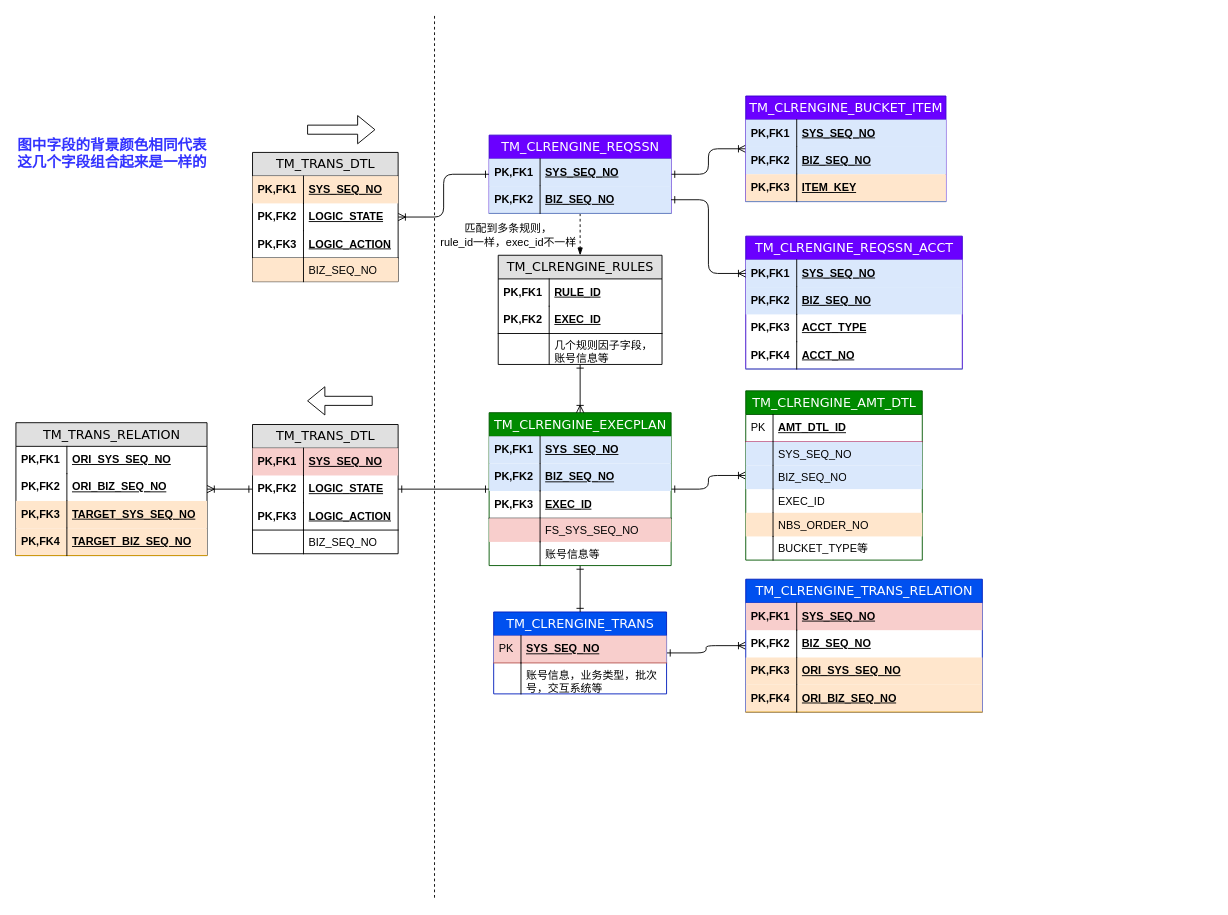
Before: 清算引擎数据结构图.drawio in staconfree/design, a draw.io diagram. Source tidied: cells renumbered, new cells numbered last; positions are measured from the earlier drawing's top-left corner, leaving out a move shared by most shapes. Both pictures are drawn from the tidied source at 91%, with x=0, y=0 at pixel (15, 15).
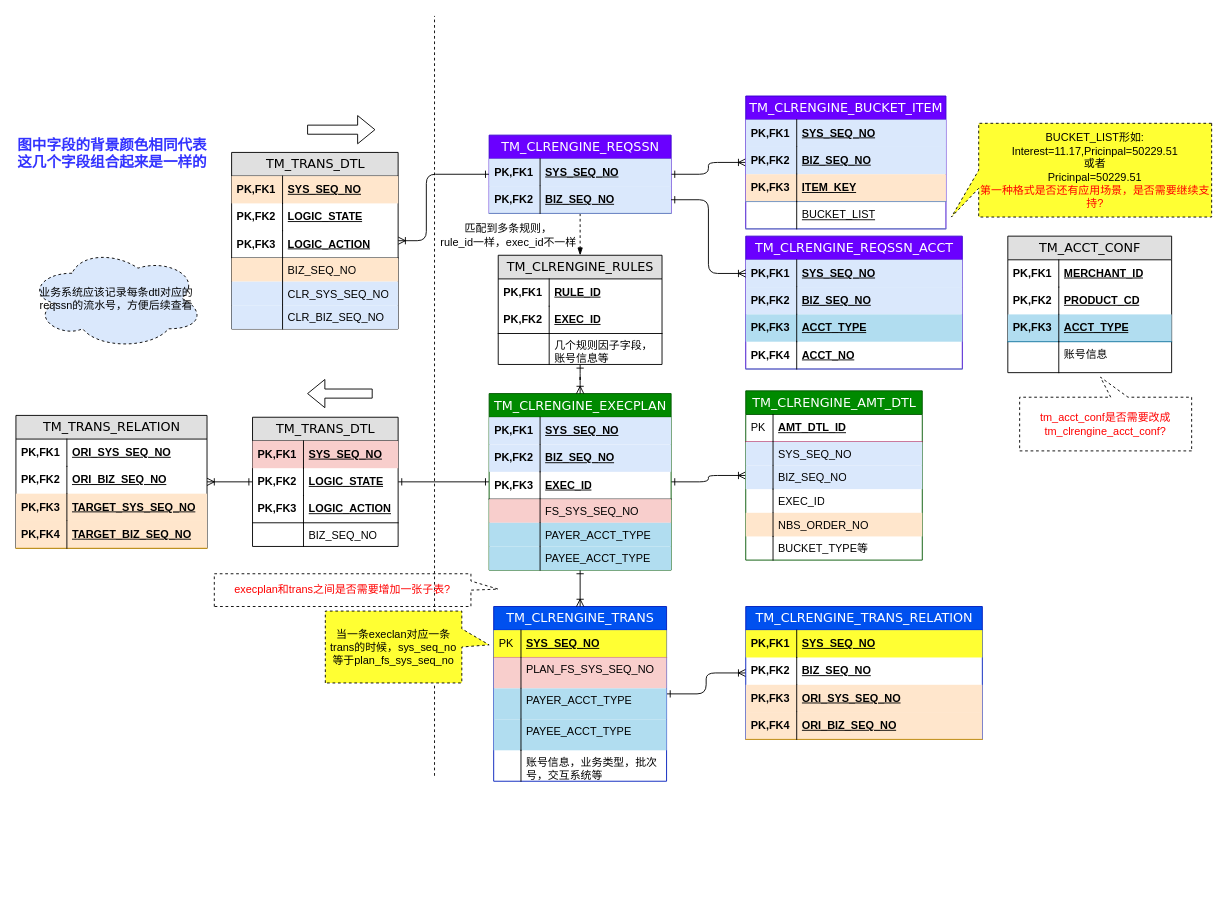
The same page after the edit.

Commit message (it also covers changes not shown here):
更新清算引擎数据结构图.drawio

Unchanged cells that the change refers to:
```xml
<mxCell id="21" value="TM_CLRENGINE_REQSSN" style="swimlane;html=1;fontStyle=0;horizontal=1;startSize=26;fillColor=#6a00ff;swimlaneFillColor=#ffffff;align=center;rounded=0;shadow=0;comic=0;labelBackgroundColor=none;strokeColor=#3700CC;strokeWidth=1;fontFamily=Verdana;fontSize=14;fontColor=#ffffff;" parent="1" vertex="1">
  <mxGeometry x="520" y="131" width="200" height="86" as="geometry" />
</mxCell>
<mxCell id="100" value="&lt;div&gt;TM_CLRENGINE_REQSSN_ACCT&lt;/div&gt;" style="swimlane;html=1;fontStyle=0;horizontal=1;startSize=26;fillColor=#6a00ff;swimlaneFillColor=#ffffff;align=center;rounded=0;shadow=0;comic=0;labelBackgroundColor=none;strokeColor=#3700CC;strokeWidth=1;fontFamily=Verdana;fontSize=14;fontColor=#ffffff;" parent="1" vertex="1">
  <mxGeometry x="802" y="242" width="238" height="146" as="geometry" />
</mxCell>
```

Change to the diagram source:
```diff
@@
-<mxGraphModel background="#ffffff">
+<mxGraphModel>
@@
     <mxCell id="3" value="TM_CLRENGINE_TRANS" style="swimlane;html=1;fontStyle=0;horizontal=1;startSize=26;fillColor=#0050ef;swimlaneFillColor=#ffffff;align=center;rounded=0;shadow=0;comic=0;labelBackgroundColor=none;strokeColor=#001DBC;strokeWidth=1;fontFamily=Verdana;fontSize=14;swimlaneLine=1;fontColor=#ffffff;" parent="1" vertex="1">
-      <mxGeometry x="525" y="655" width="190" height="90" as="geometry" />
+      <mxGeometry x="525" y="649" width="190" height="192" as="geometry" />
     </mxCell>
-    <mxCell id="4" value="SYS_SEQ_NO" style="shape=partialRectangle;top=0;left=0;right=0;bottom=1;html=1;align=left;verticalAlign=middle;fillColor=#f8cecc;spacingLeft=34;spacingRight=4;whiteSpace=wrap;overflow=hidden;fontStyle=5;strokeColor=#b85450;" parent="3" vertex="1">
+    <mxCell id="4" value="SYS_SEQ_NO" style="shape=partialRectangle;top=0;left=0;right=0;bottom=1;html=1;align=left;verticalAlign=middle;fillColor=#FFFF33;spacingLeft=34;spacingRight=4;whiteSpace=wrap;overflow=hidden;fontStyle=5;strokeColor=#b85450;" parent="3" vertex="1">
       <mxGeometry y="26" width="190" height="30" as="geometry" />
     </mxCell>
@@
-    <mxCell id="6" value="账号信息，业务类型，批次号，交互系统等" style="shape=partialRectangle;top=0;left=0;right=0;bottom=0;html=1;align=left;verticalAlign=top;fillColor=none;spacingLeft=34;spacingRight=4;whiteSpace=wrap;overflow=hidden;" parent="3" vertex="1">
+    <mxCell id="6" value="PLAN_FS_SYS_SEQ_NO" style="shape=partialRectangle;top=0;left=0;right=0;bottom=0;html=1;align=left;verticalAlign=top;fillColor=#F8CECC;spacingLeft=34;spacingRight=4;whiteSpace=wrap;overflow=hidden;" parent="3" vertex="1">
       <mxGeometry y="56" width="190" height="34" as="geometry" />
     </mxCell>
@@
+    <mxCell id="110" value="PAYER_ACCT_TYPE" style="shape=partialRectangle;top=0;left=0;right=0;bottom=0;html=1;align=left;verticalAlign=top;fillColor=#b1ddf0;spacingLeft=34;spacingRight=4;whiteSpace=wrap;overflow=hidden;strokeColor=#10739e;" parent="3" vertex="1">
+      <mxGeometry y="90" width="190" height="34" as="geometry" />
+    </mxCell>
+    <mxCell id="111" style="shape=partialRectangle;top=0;left=0;bottom=0;html=1;fillColor=none;align=left;verticalAlign=top;spacingLeft=4;spacingRight=4;whiteSpace=wrap;overflow=hidden;" parent="110" vertex="1">
+      <mxGeometry width="30" height="34" as="geometry" />
+    </mxCell>
+    <mxCell id="112" value="PAYEE_ACCT_TYPE" style="shape=partialRectangle;top=0;left=0;right=0;bottom=0;html=1;align=left;verticalAlign=top;fillColor=#b1ddf0;spacingLeft=34;spacingRight=4;whiteSpace=wrap;overflow=hidden;strokeColor=#10739e;" parent="3" vertex="1">
+      <mxGeometry y="124" width="190" height="34" as="geometry" />
+    </mxCell>
+    <mxCell id="113" style="shape=partialRectangle;top=0;left=0;bottom=0;html=1;fillColor=none;align=left;verticalAlign=top;spacingLeft=4;spacingRight=4;whiteSpace=wrap;overflow=hidden;" parent="112" vertex="1">
+      <mxGeometry width="30" height="34" as="geometry" />
+    </mxCell>
+    <mxCell id="114" value="账号信息，业务类型，批次号，交互系统等" style="shape=partialRectangle;top=0;left=0;right=0;bottom=0;html=1;align=left;verticalAlign=top;fillColor=none;spacingLeft=34;spacingRight=4;whiteSpace=wrap;overflow=hidden;" parent="3" vertex="1">
+      <mxGeometry y="158" width="190" height="34" as="geometry" />
+    </mxCell>
+    <mxCell id="115" style="shape=partialRectangle;top=0;left=0;bottom=0;html=1;fillColor=none;align=left;verticalAlign=top;spacingLeft=4;spacingRight=4;whiteSpace=wrap;overflow=hidden;" parent="114" vertex="1">
+      <mxGeometry width="30" height="34" as="geometry" />
+    </mxCell>
     <mxCell id="8" style="edgeStyle=orthogonalEdgeStyle;rounded=1;jettySize=auto;html=1;startArrow=ERoneToMany;startFill=0;endArrow=ERone;endFill=0;" parent="1" edge="1" source="9" target="21">
-      <mxGeometry relative="1" as="geometry" />
+      <mxGeometry relative="1" as="geometry">
+        <Array as="points">
+          <mxPoint x="451" y="247" />
+          <mxPoint x="451" y="174" />
+        </Array>
+      </mxGeometry>
     </mxCell>
     <mxCell id="9" value="TM_TRANS_DTL" style="swimlane;html=1;fontStyle=0;horizontal=1;startSize=26;fillColor=#e0e0e0;swimlaneFillColor=#ffffff;align=center;rounded=0;shadow=0;comic=0;labelBackgroundColor=none;strokeColor=#000000;strokeWidth=1;fontFamily=Verdana;fontSize=14;fontColor=#000000;" parent="1" vertex="1">
-      <mxGeometry x="260" y="150" width="160" height="142" as="geometry" />
+      <mxGeometry x="237" y="150" width="183" height="194" as="geometry" />
     </mxCell>
     <mxCell id="10" value="SYS_SEQ_NO" style="shape=partialRectangle;top=0;left=0;right=0;bottom=0;html=1;align=left;verticalAlign=middle;fillColor=#ffe6cc;spacingLeft=60;spacingRight=4;whiteSpace=wrap;overflow=hidden;fontStyle=5;strokeColor=#d79b00;" parent="9" vertex="1">
-      <mxGeometry y="26" width="160" height="30" as="geometry" />
+      <mxGeometry y="26" width="183" height="30" as="geometry" />
     </mxCell>
@@
     <mxCell id="12" value="LOGIC_STATE" style="shape=partialRectangle;top=0;left=0;right=0;bottom=0;html=1;align=left;verticalAlign=middle;fillColor=none;spacingLeft=60;spacingRight=4;whiteSpace=wrap;overflow=hidden;fontStyle=5;" parent="9" vertex="1">
-      <mxGeometry y="56" width="160" height="30" as="geometry" />
+      <mxGeometry y="56" width="183" height="30" as="geometry" />
     </mxCell>
@@
     <mxCell id="14" value="LOGIC_ACTION" style="shape=partialRectangle;top=0;left=0;right=0;bottom=1;html=1;align=left;verticalAlign=middle;fillColor=none;spacingLeft=60;spacingRight=4;whiteSpace=wrap;overflow=hidden;fontStyle=5;" parent="9" vertex="1">
-      <mxGeometry y="86" width="160" height="30" as="geometry" />
+      <mxGeometry y="86" width="183" height="30" as="geometry" />
     </mxCell>
@@
     <mxCell id="16" value="BIZ_SEQ_NO" style="shape=partialRectangle;top=0;left=0;right=0;bottom=0;html=1;align=left;verticalAlign=top;fillColor=#ffe6cc;spacingLeft=60;spacingRight=4;whiteSpace=wrap;overflow=hidden;strokeColor=#d79b00;" parent="9" vertex="1">
-      <mxGeometry y="116" width="160" height="26" as="geometry" />
+      <mxGeometry y="116" width="183" height="26" as="geometry" />
     </mxCell>
@@
+    <mxCell id="116" value="CLR_SYS_SEQ_NO" style="shape=partialRectangle;top=0;left=0;right=0;bottom=0;html=1;align=left;verticalAlign=top;fillColor=#DAE8FC;spacingLeft=60;spacingRight=4;whiteSpace=wrap;overflow=hidden;strokeColor=#d79b00;" parent="9" vertex="1">
+      <mxGeometry y="142" width="183" height="26" as="geometry" />
+    </mxCell>
+    <mxCell id="117" style="shape=partialRectangle;top=0;left=0;bottom=0;html=1;fillColor=none;align=left;verticalAlign=top;spacingLeft=4;spacingRight=4;whiteSpace=wrap;overflow=hidden;" parent="116" vertex="1">
+      <mxGeometry width="56" height="26" as="geometry" />
+    </mxCell>
+    <mxCell id="118" value="CLR_BIZ_SEQ_NO" style="shape=partialRectangle;top=0;left=0;right=0;bottom=0;html=1;align=left;verticalAlign=top;fillColor=#DAE8FC;spacingLeft=60;spacingRight=4;whiteSpace=wrap;overflow=hidden;strokeColor=#d79b00;" parent="9" vertex="1">
+      <mxGeometry y="168" width="183" height="26" as="geometry" />
+    </mxCell>
+    <mxCell id="119" style="shape=partialRectangle;top=0;left=0;bottom=0;html=1;fillColor=none;align=left;verticalAlign=top;spacingLeft=4;spacingRight=4;whiteSpace=wrap;overflow=hidden;" parent="118" vertex="1">
+      <mxGeometry width="56" height="26" as="geometry" />
+    </mxCell>
@@
-    <mxCell id="28" style="edgeStyle=orthogonalEdgeStyle;rounded=1;jettySize=auto;html=1;startArrow=ERone;startFill=0;endArrow=ERone;endFill=0;strokeColor=#000000;fontSize=16;fontColor=#FF3333;" parent="1" edge="1" source="29" target="3">
+    <mxCell id="28" style="edgeStyle=orthogonalEdgeStyle;rounded=1;jettySize=auto;html=1;startArrow=ERone;startFill=0;endArrow=ERoneToMany;endFill=0;strokeColor=#000000;fontSize=16;fontColor=#FF3333;" parent="1" edge="1" source="29" target="3">
       <mxGeometry relative="1" as="geometry" />
     </mxCell>
     <mxCell id="29" value="TM_CLRENGINE_EXECPLAN" style="swimlane;html=1;fontStyle=0;horizontal=1;startSize=26;fillColor=#008a00;swimlaneFillColor=#ffffff;align=center;rounded=0;shadow=0;comic=0;labelBackgroundColor=none;strokeColor=#005700;strokeWidth=1;fontFamily=Verdana;fontSize=14;fontColor=#ffffff;" parent="1" vertex="1">
-      <mxGeometry x="520" y="436" width="200" height="168" as="geometry" />
+      <mxGeometry x="520" y="415" width="200" height="194" as="geometry" />
     </mxCell>
@@
-    <mxCell id="38" value="账号信息等" style="shape=partialRectangle;top=0;left=0;right=0;bottom=0;html=1;align=left;verticalAlign=top;fillColor=none;spacingLeft=60;spacingRight=4;whiteSpace=wrap;overflow=hidden;" parent="29" vertex="1">
+    <mxCell id="38" value="PAYER_ACCT_TYPE" style="shape=partialRectangle;top=0;left=0;right=0;bottom=0;html=1;align=left;verticalAlign=top;fillColor=#b1ddf0;spacingLeft=60;spacingRight=4;whiteSpace=wrap;overflow=hidden;strokeColor=#10739e;" parent="29" vertex="1">
       <mxGeometry y="142" width="200" height="26" as="geometry" />
     </mxCell>
@@
+    <mxCell id="120" value="PAYEE_ACCT_TYPE" style="shape=partialRectangle;top=0;left=0;right=0;bottom=0;html=1;align=left;verticalAlign=top;fillColor=#b1ddf0;spacingLeft=60;spacingRight=4;whiteSpace=wrap;overflow=hidden;strokeColor=#10739e;" parent="29" vertex="1">
+      <mxGeometry y="168" width="200" height="26" as="geometry" />
+    </mxCell>
+    <mxCell id="121" style="shape=partialRectangle;top=0;left=0;bottom=0;html=1;fillColor=none;align=left;verticalAlign=top;spacingLeft=4;spacingRight=4;whiteSpace=wrap;overflow=hidden;" parent="120" vertex="1">
+      <mxGeometry width="56" height="26" as="geometry" />
+    </mxCell>
     <mxCell id="40" value="TM_CLRENGINE_BUCKET_ITEM" style="swimlane;html=1;fontStyle=0;horizontal=1;startSize=26;fillColor=#6a00ff;swimlaneFillColor=#ffffff;align=center;rounded=0;shadow=0;comic=0;labelBackgroundColor=none;strokeColor=#3700CC;strokeWidth=1;fontFamily=Verdana;fontSize=14;fontColor=#ffffff;" parent="1" vertex="1">
-      <mxGeometry x="802" y="88" width="220" height="116" as="geometry" />
+      <mxGeometry x="802" y="88" width="220" height="146" as="geometry" />
     </mxCell>
@@
+    <mxCell id="122" value="BUCKET_LIST" style="shape=partialRectangle;top=0;left=0;right=0;bottom=1;html=1;align=left;verticalAlign=middle;fillColor=none;spacingLeft=60;spacingRight=4;whiteSpace=wrap;overflow=hidden;fontStyle=4;strokeColor=#6c8ebf;" parent="40" vertex="1">
+      <mxGeometry y="116" width="220" height="30" as="geometry" />
+    </mxCell>
+    <mxCell id="123" style="shape=partialRectangle;fontStyle=1;top=0;left=0;bottom=0;html=1;fillColor=none;align=left;verticalAlign=middle;spacingLeft=4;spacingRight=4;whiteSpace=wrap;overflow=hidden;" parent="122" vertex="1">
+      <mxGeometry width="56" height="30" as="geometry" />
+    </mxCell>
@@
     <mxCell id="48" value="TM_TRANS_DTL" style="swimlane;html=1;fontStyle=0;horizontal=1;startSize=26;fillColor=#e0e0e0;swimlaneFillColor=#ffffff;align=center;rounded=0;shadow=0;comic=0;labelBackgroundColor=none;strokeColor=#000000;strokeWidth=1;fontFamily=Verdana;fontSize=14;fontColor=#000000;" parent="1" vertex="1">
-      <mxGeometry x="260" y="449" width="160" height="142" as="geometry" />
+      <mxGeometry x="260" y="441" width="160" height="142" as="geometry" />
     </mxCell>
@@
     <mxCell id="57" style="endArrow=none;dashed=1;html=1;" parent="1" edge="1">
       <mxGeometry relative="1" as="geometry">
-        <mxPoint x="460" y="969" as="sourcePoint" />
+        <mxPoint x="460" y="835" as="sourcePoint" />
         <mxPoint x="460" as="targetPoint" />
       </mxGeometry>
     </mxCell>
@@
     <mxCell id="67" style="shape=flexArrow;endArrow=classic;html=1;" parent="1" edge="1">
       <mxGeometry relative="1" as="geometry">
-        <mxPoint x="392" y="423" as="sourcePoint" />
-        <mxPoint x="320" y="423" as="targetPoint" />
+        <mxPoint x="392" y="415" as="sourcePoint" />
+        <mxPoint x="320" y="415" as="targetPoint" />
       </mxGeometry>
     </mxCell>
     <mxCell id="68" value="&lt;div&gt;TM_TRANS_RELATION&lt;/div&gt;" style="swimlane;html=1;fontStyle=0;horizontal=1;startSize=26;fillColor=#e0e0e0;swimlaneFillColor=#ffffff;align=center;rounded=0;shadow=0;comic=0;labelBackgroundColor=none;strokeColor=#000000;strokeWidth=1;fontFamily=Verdana;fontSize=14;fontColor=#000000;" parent="1" vertex="1">
-      <mxGeometry y="447" width="210" height="146" as="geometry" />
+      <mxGeometry y="439" width="210" height="146" as="geometry" />
     </mxCell>
@@
     <mxCell id="78" value="&lt;div&gt;TM_CLRENGINE_TRANS_RELATION&lt;/div&gt;" style="swimlane;html=1;fontStyle=0;horizontal=1;startSize=26;fillColor=#0050ef;swimlaneFillColor=#ffffff;align=center;rounded=0;shadow=0;comic=0;labelBackgroundColor=none;strokeColor=#001DBC;strokeWidth=1;fontFamily=Verdana;fontSize=14;fontColor=#ffffff;" parent="1" vertex="1">
-      <mxGeometry x="802" y="619" width="260" height="146" as="geometry" />
+      <mxGeometry x="802" y="649" width="260" height="146" as="geometry" />
     </mxCell>
-    <mxCell id="79" value="SYS_SEQ_NO" style="shape=partialRectangle;top=0;left=0;right=0;bottom=0;html=1;align=left;verticalAlign=middle;fillColor=#f8cecc;spacingLeft=60;spacingRight=4;whiteSpace=wrap;overflow=hidden;fontStyle=5;strokeColor=#b85450;" parent="78" vertex="1">
+    <mxCell id="79" value="SYS_SEQ_NO" style="shape=partialRectangle;top=0;left=0;right=0;bottom=0;html=1;align=left;verticalAlign=middle;fillColor=#FFFF33;spacingLeft=60;spacingRight=4;whiteSpace=wrap;overflow=hidden;fontStyle=5;strokeColor=#b85450;" parent="78" vertex="1">
       <mxGeometry y="26" width="260" height="30" as="geometry" />
     </mxCell>
@@
-    <mxCell id="105" value="ACCT_TYPE" style="shape=partialRectangle;top=0;left=0;right=0;bottom=0;html=1;align=left;verticalAlign=middle;fillColor=none;spacingLeft=60;spacingRight=4;whiteSpace=wrap;overflow=hidden;fontStyle=5;strokeColor=#6c8ebf;" parent="100" vertex="1">
+    <mxCell id="105" value="ACCT_TYPE" style="shape=partialRectangle;top=0;left=0;right=0;bottom=0;html=1;align=left;verticalAlign=middle;fillColor=#b1ddf0;spacingLeft=60;spacingRight=4;whiteSpace=wrap;overflow=hidden;fontStyle=5;strokeColor=#10739e;" parent="100" vertex="1">
       <mxGeometry y="86" width="238" height="30" as="geometry" />
     </mxCell>
@@
+    <mxCell id="124" value="当一条execlan对应一条trans的时候，sys_seq_no等于plan_fs_sys_seq_no" style="shape=callout;whiteSpace=wrap;html=1;perimeter=calloutPerimeter;fillColor=#FFFF33;fontColor=#000000;position2=0.53;direction=north;dashed=1;" parent="1" vertex="1">
+      <mxGeometry x="340" y="654" width="180" height="79" as="geometry" />
+    </mxCell>
+    <mxCell id="125" value="业务系统应该记录每条dtl对应的reqssn的流水号，方便后续查看" style="ellipse;shape=cloud;whiteSpace=wrap;html=1;dashed=1;fillColor=#DAE8FC;fontColor=#000000;" parent="1" vertex="1">
+      <mxGeometry x="13.5" y="255" width="193" height="111" as="geometry" />
+    </mxCell>
+    <mxCell id="126" value="TM_ACCT_CONF" style="swimlane;html=1;fontStyle=0;horizontal=1;startSize=26;fillColor=#e0e0e0;swimlaneFillColor=#ffffff;align=center;rounded=0;shadow=0;comic=0;labelBackgroundColor=none;strokeColor=#000000;strokeWidth=1;fontFamily=Verdana;fontSize=14;fontColor=#000000;" parent="1" vertex="1">
+      <mxGeometry x="1090" y="242" width="180" height="150" as="geometry" />
+    </mxCell>
+    <mxCell id="127" value="MERCHANT_ID" style="shape=partialRectangle;top=0;left=0;right=0;bottom=0;html=1;align=left;verticalAlign=middle;fillColor=none;spacingLeft=60;spacingRight=4;whiteSpace=wrap;overflow=hidden;fontStyle=5;" parent="126" vertex="1">
+      <mxGeometry y="26" width="180" height="30" as="geometry" />
+    </mxCell>
+    <mxCell id="128" value="PK,FK1" style="shape=partialRectangle;fontStyle=1;top=0;left=0;bottom=0;html=1;fillColor=none;align=left;verticalAlign=middle;spacingLeft=4;spacingRight=4;whiteSpace=wrap;overflow=hidden;" parent="127" vertex="1">
+      <mxGeometry width="56" height="30" as="geometry" />
+    </mxCell>
+    <mxCell id="129" value="PRODUCT_CD" style="shape=partialRectangle;top=0;left=0;right=0;bottom=0;html=1;align=left;verticalAlign=middle;fillColor=none;spacingLeft=60;spacingRight=4;whiteSpace=wrap;overflow=hidden;fontStyle=5;" parent="126" vertex="1">
+      <mxGeometry y="56" width="180" height="30" as="geometry" />
+    </mxCell>
+    <mxCell id="130" value="PK,FK2" style="shape=partialRectangle;fontStyle=1;top=0;left=0;bottom=0;html=1;fillColor=none;align=left;verticalAlign=middle;spacingLeft=4;spacingRight=4;whiteSpace=wrap;overflow=hidden;" parent="129" vertex="1">
+      <mxGeometry width="56" height="30" as="geometry" />
+    </mxCell>
+    <mxCell id="131" value="ACCT_TYPE" style="shape=partialRectangle;top=0;left=0;right=0;bottom=1;html=1;align=left;verticalAlign=middle;fillColor=#b1ddf0;spacingLeft=60;spacingRight=4;whiteSpace=wrap;overflow=hidden;fontStyle=5;strokeColor=#10739e;" parent="126" vertex="1">
+      <mxGeometry y="86" width="180" height="30" as="geometry" />
+    </mxCell>
+    <mxCell id="132" value="PK,FK3" style="shape=partialRectangle;fontStyle=1;top=0;left=0;bottom=0;html=1;fillColor=none;align=left;verticalAlign=middle;spacingLeft=4;spacingRight=4;whiteSpace=wrap;overflow=hidden;" parent="131" vertex="1">
+      <mxGeometry width="56" height="30" as="geometry" />
+    </mxCell>
+    <mxCell id="133" value="账号信息" style="shape=partialRectangle;top=0;left=0;right=0;bottom=0;html=1;align=left;verticalAlign=top;fillColor=none;spacingLeft=60;spacingRight=4;whiteSpace=wrap;overflow=hidden;" parent="126" vertex="1">
+      <mxGeometry y="116" width="180" height="34" as="geometry" />
+    </mxCell>
+    <mxCell id="134" style="shape=partialRectangle;top=0;left=0;bottom=0;html=1;fillColor=none;align=left;verticalAlign=top;spacingLeft=4;spacingRight=4;whiteSpace=wrap;overflow=hidden;" parent="133" vertex="1">
+      <mxGeometry width="56" height="34" as="geometry" />
+    </mxCell>
+    <mxCell id="135" value="BUCKET_LIST形如:&lt;br&gt;&lt;div&gt;Interest=11.17,Pricinpal=50229.51&lt;/div&gt;&lt;div&gt;或者&lt;br&gt;Pricinpal=50229.51&lt;br&gt;&lt;font color=&quot;#FF0000&quot;&gt;第一种格式是否还有应用场景，是否需要继续支持?&lt;/font&gt;&lt;br&gt;&lt;/div&gt;" style="shape=callout;whiteSpace=wrap;html=1;perimeter=calloutPerimeter;fillColor=#FFFF33;fontColor=#000000;position2=1;direction=south;dashed=1;" parent="1" vertex="1">
+      <mxGeometry x="1028" y="118" width="286" height="103" as="geometry" />
+    </mxCell>
+    <mxCell id="136" value="execplan和trans之间是否需要增加一张子表?" style="shape=callout;whiteSpace=wrap;html=1;perimeter=calloutPerimeter;fillColor=none;fontColor=#FF0000;position2=0.53;direction=north;dashed=1;base=10;" parent="1" vertex="1">
+      <mxGeometry x="218" y="613" width="312" height="36" as="geometry" />
+    </mxCell>
+    <mxCell id="137" value="tm_acct_conf是否需要改成tm_clrengine_acct_conf?" style="shape=callout;whiteSpace=wrap;html=1;perimeter=calloutPerimeter;fillColor=none;fontColor=#FF0000;position2=0.53;direction=west;dashed=1;base=19;size=22;position=0.37;" parent="1" vertex="1">
+      <mxGeometry x="1103" y="397" width="189" height="81" as="geometry" />
+    </mxCell>
```
